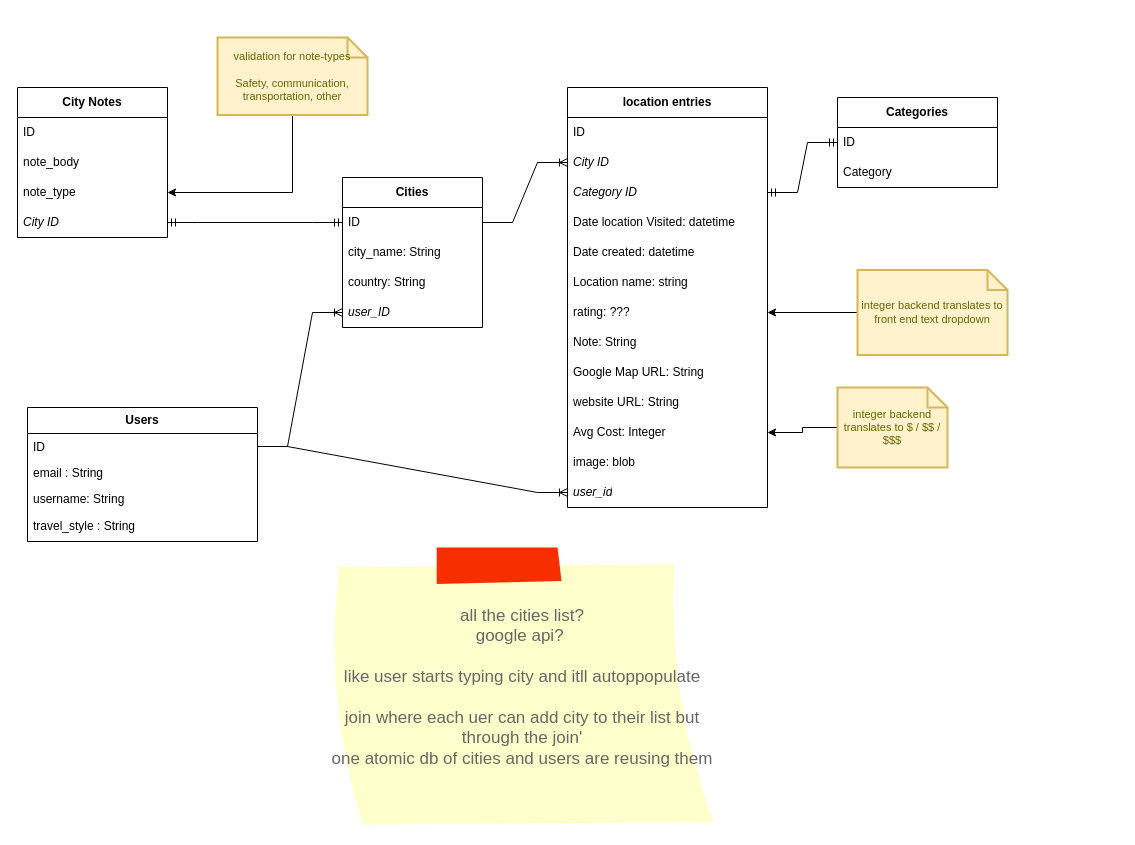
Earlier version of the draw.io diagram DJordan-capstone_travel-blog.drawio (jordandc20/Vicariously_DJordan-capstone). Source tidied: cells renumbered, new cells numbered last; positions are measured from the earlier drawing's top-left corner, leaving out a move shared by most shapes. Both pictures are drawn from the tidied source at 100%, with x=0, y=0 at pixel (17, 37).
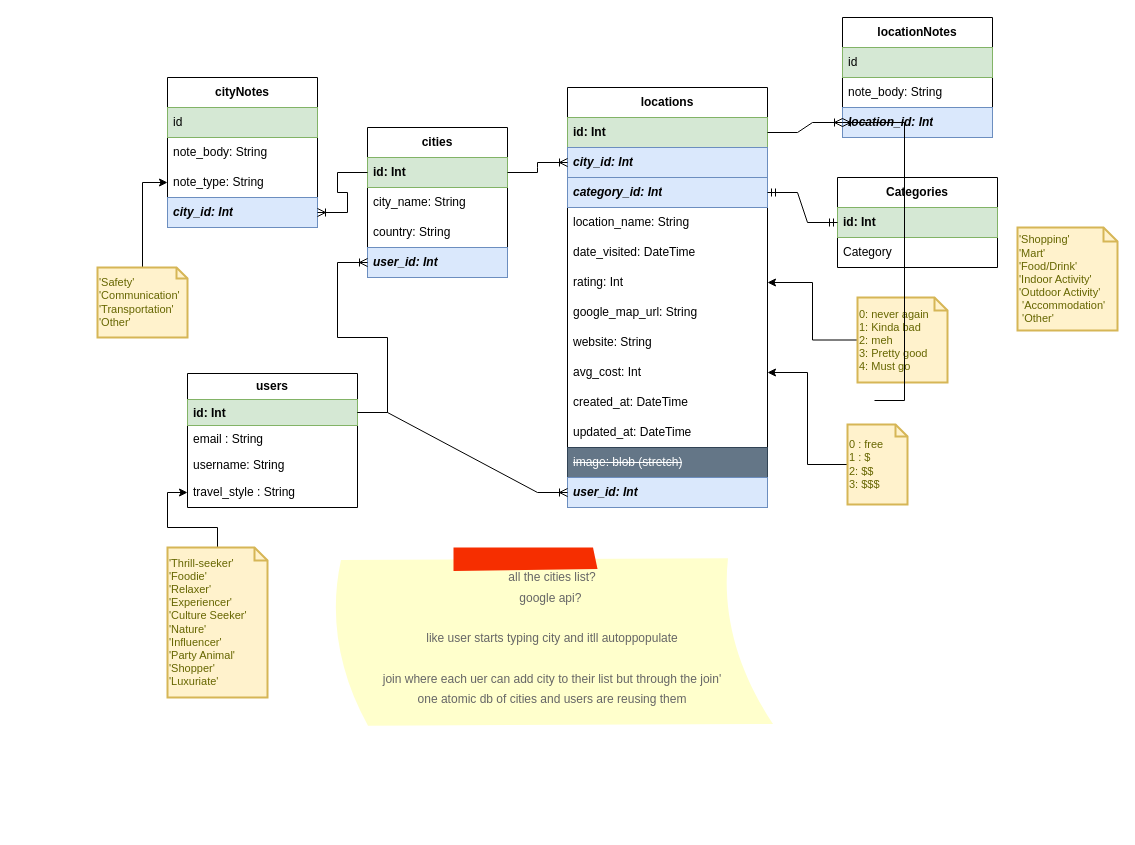
The same page after the edit.

Diff of the diagram source:
```diff
@@
-    <mxCell id="2" value="Cities" style="swimlane;fontStyle=1;horizontal=1;startSize=30;whiteSpace=wrap;html=1;" parent="1" vertex="1">
-      <mxGeometry x="325" y="140" width="140" height="150" as="geometry" />
+    <mxCell id="2" value="cities" style="swimlane;fontStyle=1;horizontal=1;startSize=30;whiteSpace=wrap;html=1;labelBackgroundColor=none;swimlaneFillColor=default;" parent="1" vertex="1">
+      <mxGeometry x="350" y="90" width="140" height="150" as="geometry" />
     </mxCell>
-    <mxCell id="3" value="ID" style="text;strokeColor=none;fillColor=none;align=left;verticalAlign=middle;spacingLeft=4;spacingRight=4;overflow=hidden;points=[[0,0.5],[1,0.5]];portConstraint=eastwest;whiteSpace=wrap;html=1;" parent="2" vertex="1">
+    <mxCell id="3" value="id: Int" style="text;strokeColor=#82b366;fillColor=#d5e8d4;align=left;verticalAlign=middle;spacingLeft=4;spacingRight=4;overflow=hidden;points=[[0,0.5],[1,0.5]];portConstraint=eastwest;whiteSpace=wrap;html=1;fontStyle=1;" parent="2" vertex="1">
       <mxGeometry y="30" width="140" height="30" as="geometry" />
     </mxCell>
@@
-    <mxCell id="6" value="user_ID" style="text;strokeColor=none;fillColor=none;align=left;verticalAlign=middle;spacingLeft=4;spacingRight=4;overflow=hidden;points=[[0,0.5],[1,0.5]];portConstraint=eastwest;whiteSpace=wrap;html=1;fontStyle=2;" parent="2" vertex="1">
+    <mxCell id="6" value="user_id: Int" style="text;strokeColor=#6c8ebf;fillColor=#dae8fc;align=left;verticalAlign=middle;spacingLeft=4;spacingRight=4;overflow=hidden;points=[[0,0.5],[1,0.5]];portConstraint=eastwest;whiteSpace=wrap;html=1;fontStyle=3;" parent="2" vertex="1">
       <mxGeometry y="120" width="140" height="30" as="geometry" />
     </mxCell>
-    <mxCell id="7" value="location entries" style="swimlane;fontStyle=1;horizontal=1;startSize=30;whiteSpace=wrap;html=1;" parent="1" vertex="1">
+    <mxCell id="7" value="locations" style="swimlane;fontStyle=1;horizontal=1;startSize=30;whiteSpace=wrap;html=1;labelBorderColor=none;swimlaneFillColor=default;" parent="1" vertex="1">
       <mxGeometry x="550" y="50" width="200" height="420" as="geometry" />
     </mxCell>
-    <mxCell id="8" value="ID" style="text;strokeColor=none;fillColor=none;align=left;verticalAlign=middle;spacingLeft=4;spacingRight=4;overflow=hidden;points=[[0,0.5],[1,0.5]];portConstraint=eastwest;whiteSpace=wrap;html=1;" parent="7" vertex="1">
+    <mxCell id="8" value="id: Int" style="text;strokeColor=#82b366;fillColor=#d5e8d4;align=left;verticalAlign=middle;spacingLeft=4;spacingRight=4;overflow=hidden;points=[[0,0.5],[1,0.5]];portConstraint=eastwest;whiteSpace=wrap;html=1;fontStyle=1;" parent="7" vertex="1">
       <mxGeometry y="30" width="200" height="30" as="geometry" />
     </mxCell>
-    <mxCell id="9" value="City ID" style="text;strokeColor=none;fillColor=none;align=left;verticalAlign=middle;spacingLeft=4;spacingRight=4;overflow=hidden;points=[[0,0.5],[1,0.5]];portConstraint=eastwest;whiteSpace=wrap;html=1;fontStyle=2;" parent="7" vertex="1">
+    <mxCell id="9" value="city_id: Int" style="text;strokeColor=#6c8ebf;fillColor=#dae8fc;align=left;verticalAlign=middle;spacingLeft=4;spacingRight=4;overflow=hidden;points=[[0,0.5],[1,0.5]];portConstraint=eastwest;whiteSpace=wrap;html=1;fontStyle=3;" parent="7" vertex="1">
       <mxGeometry y="60" width="200" height="30" as="geometry" />
     </mxCell>
-    <mxCell id="10" value="Category ID" style="text;strokeColor=none;fillColor=none;align=left;verticalAlign=middle;spacingLeft=4;spacingRight=4;overflow=hidden;points=[[0,0.5],[1,0.5]];portConstraint=eastwest;whiteSpace=wrap;html=1;fontStyle=2;" parent="7" vertex="1">
+    <mxCell id="10" value="category_id: Int" style="text;strokeColor=#6c8ebf;fillColor=#dae8fc;align=left;verticalAlign=middle;spacingLeft=4;spacingRight=4;overflow=hidden;points=[[0,0.5],[1,0.5]];portConstraint=eastwest;whiteSpace=wrap;html=1;fontStyle=3;" parent="7" vertex="1">
       <mxGeometry y="90" width="200" height="30" as="geometry" />
     </mxCell>
+    <mxCell id="13" value="location_name: String" style="text;strokeColor=none;fillColor=none;align=left;verticalAlign=middle;spacingLeft=4;spacingRight=4;overflow=hidden;whiteSpace=wrap;html=1;" parent="7" vertex="1">
+      <mxGeometry y="120" width="200" height="30" as="geometry" />
+    </mxCell>
-    <mxCell id="11" value="Date location Visited: datetime" style="text;strokeColor=none;fillColor=none;align=left;verticalAlign=middle;spacingLeft=4;spacingRight=4;overflow=hidden;whiteSpace=wrap;html=1;" parent="7" vertex="1">
-      <mxGeometry y="120" width="200" height="30" as="geometry" />
+    <mxCell id="11" value="date_visited: DateTime" style="text;strokeColor=none;fillColor=none;align=left;verticalAlign=middle;spacingLeft=4;spacingRight=4;overflow=hidden;whiteSpace=wrap;html=1;" parent="7" vertex="1">
+      <mxGeometry y="150" width="200" height="30" as="geometry" />
     </mxCell>
-    <mxCell id="12" value="Date created: datetime&amp;nbsp;" style="text;strokeColor=none;fillColor=none;align=left;verticalAlign=middle;spacingLeft=4;spacingRight=4;overflow=hidden;whiteSpace=wrap;html=1;" parent="7" vertex="1">
-      <mxGeometry y="150" width="200" height="30" as="geometry" />
-    </mxCell>
-    <mxCell id="13" value="Location name: string&amp;nbsp;" style="text;strokeColor=none;fillColor=none;align=left;verticalAlign=middle;spacingLeft=4;spacingRight=4;overflow=hidden;whiteSpace=wrap;html=1;" parent="7" vertex="1">
-      <mxGeometry y="180" width="200" height="30" as="geometry" />
-    </mxCell>
-    <mxCell id="14" value="rating: ???" style="text;strokeColor=none;fillColor=none;align=left;verticalAlign=middle;spacingLeft=4;spacingRight=4;overflow=hidden;points=[[0,0.5],[1,0.5]];portConstraint=eastwest;whiteSpace=wrap;html=1;" parent="7" vertex="1">
-      <mxGeometry y="210" width="200" height="30" as="geometry" />
+    <mxCell id="14" value="rating: Int" style="text;strokeColor=none;fillColor=none;align=left;verticalAlign=middle;spacingLeft=4;spacingRight=4;overflow=hidden;points=[[0,0.5],[1,0.5]];portConstraint=eastwest;whiteSpace=wrap;html=1;" parent="7" vertex="1">
+      <mxGeometry y="180" width="200" height="30" as="geometry" />
     </mxCell>
-    <mxCell id="15" value="Note: String" style="text;strokeColor=none;fillColor=none;align=left;verticalAlign=middle;spacingLeft=4;spacingRight=4;overflow=hidden;whiteSpace=wrap;html=1;" parent="7" vertex="1">
-      <mxGeometry y="240" width="200" height="30" as="geometry" />
-    </mxCell>
-    <mxCell id="16" value="Google Map URL: String" style="text;strokeColor=none;fillColor=none;align=left;verticalAlign=middle;spacingLeft=4;spacingRight=4;overflow=hidden;whiteSpace=wrap;html=1;" parent="7" vertex="1">
-      <mxGeometry y="270" width="200" height="30" as="geometry" />
+    <mxCell id="16" value="google_map_url: String" style="text;strokeColor=none;fillColor=none;align=left;verticalAlign=middle;spacingLeft=4;spacingRight=4;overflow=hidden;whiteSpace=wrap;html=1;" parent="7" vertex="1">
+      <mxGeometry y="210" width="200" height="30" as="geometry" />
     </mxCell>
-    <mxCell id="17" value="website URL: String" style="text;strokeColor=none;fillColor=none;align=left;verticalAlign=middle;spacingLeft=4;spacingRight=4;overflow=hidden;whiteSpace=wrap;html=1;" parent="7" vertex="1">
-      <mxGeometry y="300" width="200" height="30" as="geometry" />
+    <mxCell id="17" value="website: String" style="text;strokeColor=none;fillColor=none;align=left;verticalAlign=middle;spacingLeft=4;spacingRight=4;overflow=hidden;whiteSpace=wrap;html=1;" parent="7" vertex="1">
+      <mxGeometry y="240" width="200" height="30" as="geometry" />
     </mxCell>
-    <mxCell id="18" value="Avg Cost: Integer" style="text;strokeColor=none;fillColor=none;align=left;verticalAlign=middle;spacingLeft=4;spacingRight=4;overflow=hidden;points=[[0,0.5],[1,0.5]];portConstraint=eastwest;whiteSpace=wrap;html=1;" parent="7" vertex="1">
-      <mxGeometry y="330" width="200" height="30" as="geometry" />
+    <mxCell id="18" value="avg_cost: Int" style="text;strokeColor=none;fillColor=none;align=left;verticalAlign=middle;spacingLeft=4;spacingRight=4;overflow=hidden;points=[[0,0.5],[1,0.5]];portConstraint=eastwest;whiteSpace=wrap;html=1;" parent="7" vertex="1">
+      <mxGeometry y="270" width="200" height="30" as="geometry" />
     </mxCell>
+    <mxCell id="12" value="created_at: DateTime" style="text;strokeColor=none;fillColor=none;align=left;verticalAlign=middle;spacingLeft=4;spacingRight=4;overflow=hidden;whiteSpace=wrap;html=1;" parent="7" vertex="1">
+      <mxGeometry y="300" width="200" height="30" as="geometry" />
+    </mxCell>
+    <mxCell id="46" value="updated_at: DateTime" style="text;strokeColor=none;fillColor=none;align=left;verticalAlign=middle;spacingLeft=4;spacingRight=4;overflow=hidden;whiteSpace=wrap;html=1;" parent="7" vertex="1">
+      <mxGeometry y="330" width="200" height="30" as="geometry" />
+    </mxCell>
-    <mxCell id="19" value="image: blob" style="text;strokeColor=none;fillColor=none;align=left;verticalAlign=middle;spacingLeft=4;spacingRight=4;overflow=hidden;whiteSpace=wrap;html=1;" parent="7" vertex="1">
+    <mxCell id="19" value="&lt;strike&gt;image: blob (stretch)&lt;/strike&gt;" style="text;strokeColor=#314354;fillColor=#647687;align=left;verticalAlign=middle;spacingLeft=4;spacingRight=4;overflow=hidden;whiteSpace=wrap;html=1;fontColor=#ffffff;" parent="7" vertex="1">
       <mxGeometry y="360" width="200" height="30" as="geometry" />
     </mxCell>
-    <mxCell id="20" value="user_id" style="text;strokeColor=none;fillColor=none;align=left;verticalAlign=middle;spacingLeft=4;spacingRight=4;overflow=hidden;points=[[0,0.5],[1,0.5]];portConstraint=eastwest;whiteSpace=wrap;html=1;fontStyle=2;" parent="7" vertex="1">
+    <mxCell id="20" value="user_id: Int" style="text;strokeColor=#6c8ebf;fillColor=#dae8fc;align=left;verticalAlign=middle;spacingLeft=4;spacingRight=4;overflow=hidden;points=[[0,0.5],[1,0.5]];portConstraint=eastwest;whiteSpace=wrap;html=1;fontStyle=3;" parent="7" vertex="1">
       <mxGeometry y="390" width="200" height="30" as="geometry" />
     </mxCell>
-    <mxCell id="21" value="&lt;b&gt;Categories&lt;/b&gt;" style="swimlane;fontStyle=0;horizontal=1;startSize=30;whiteSpace=wrap;html=1;" parent="1" vertex="1">
-      <mxGeometry x="820" y="60" width="160" height="90" as="geometry" />
+    <mxCell id="21" value="&lt;b&gt;Categories&lt;/b&gt;" style="swimlane;fontStyle=0;horizontal=1;startSize=30;whiteSpace=wrap;html=1;swimlaneFillColor=default;" parent="1" vertex="1">
+      <mxGeometry x="820" y="140" width="160" height="90" as="geometry" />
     </mxCell>
-    <mxCell id="22" value="ID" style="text;strokeColor=none;fillColor=none;align=left;verticalAlign=middle;spacingLeft=4;spacingRight=4;overflow=hidden;points=[[0,0.5],[1,0.5]];portConstraint=eastwest;whiteSpace=wrap;html=1;fontStyle=0;" parent="21" vertex="1">
+    <mxCell id="22" value="id: Int" style="text;strokeColor=#82b366;fillColor=#d5e8d4;align=left;verticalAlign=middle;spacingLeft=4;spacingRight=4;overflow=hidden;points=[[0,0.5],[1,0.5]];portConstraint=eastwest;whiteSpace=wrap;html=1;fontStyle=1;" parent="21" vertex="1">
       <mxGeometry y="30" width="160" height="30" as="geometry" />
     </mxCell>
@@
-    <mxCell id="24" value="Users" style="swimlane;fontStyle=1;horizontal=1;startSize=26;fillColor=none;whiteSpace=wrap;html=1;" parent="1" vertex="1">
-      <mxGeometry x="10" y="370" width="230" height="134" as="geometry" />
+    <mxCell id="24" value="&lt;span style=&quot;background-color: rgb(255, 255, 255);&quot;&gt;users&lt;/span&gt;" style="swimlane;fontStyle=1;horizontal=1;startSize=26;fillColor=default;whiteSpace=wrap;html=1;swimlaneFillColor=default;" parent="1" vertex="1">
+      <mxGeometry x="170" y="336" width="170" height="134" as="geometry" />
     </mxCell>
-    <mxCell id="25" value="ID" style="text;strokeColor=none;fillColor=none;align=left;verticalAlign=top;spacingLeft=4;spacingRight=4;overflow=hidden;points=[[0,0.5],[1,0.5]];portConstraint=eastwest;whiteSpace=wrap;html=1;" parent="24" vertex="1">
-      <mxGeometry y="26" width="230" height="26" as="geometry" />
+    <mxCell id="25" value="&lt;span&gt;id&lt;/span&gt;: Int" style="text;strokeColor=#82b366;fillColor=#d5e8d4;align=left;verticalAlign=top;spacingLeft=4;spacingRight=4;overflow=hidden;points=[[0,0.5],[1,0.5]];portConstraint=eastwest;whiteSpace=wrap;html=1;fontStyle=1;" parent="24" vertex="1">
+      <mxGeometry y="26" width="170" height="26" as="geometry" />
     </mxCell>
     <mxCell id="26" value="email : String" style="text;strokeColor=none;fillColor=none;align=left;verticalAlign=top;spacingLeft=4;spacingRight=4;overflow=hidden;whiteSpace=wrap;html=1;" parent="24" vertex="1">
-      <mxGeometry y="52" width="230" height="26" as="geometry" />
+      <mxGeometry y="52" width="170" height="26" as="geometry" />
     </mxCell>
     <mxCell id="27" value="username: String" style="text;strokeColor=none;fillColor=none;align=left;verticalAlign=top;spacingLeft=4;spacingRight=4;overflow=hidden;whiteSpace=wrap;html=1;" parent="24" vertex="1">
-      <mxGeometry y="78" width="230" height="26" as="geometry" />
+      <mxGeometry y="78" width="170" height="26" as="geometry" />
     </mxCell>
     <mxCell id="28" value="travel_style : String" style="text;strokeColor=none;fillColor=none;align=left;verticalAlign=middle;spacingLeft=4;spacingRight=4;overflow=hidden;points=[[0,0.5],[1,0.5]];portConstraint=eastwest;whiteSpace=wrap;html=1;" parent="24" vertex="1">
-      <mxGeometry y="104" width="230" height="30" as="geometry" />
+      <mxGeometry y="104" width="170" height="30" as="geometry" />
     </mxCell>
@@
-    <mxCell id="30" value="City Notes" style="swimlane;fontStyle=1;horizontal=1;startSize=30;whiteSpace=wrap;html=1;" parent="1" vertex="1">
-      <mxGeometry y="50" width="150" height="150" as="geometry" />
+    <mxCell id="30" value="cityNotes" style="swimlane;fontStyle=1;horizontal=1;startSize=30;whiteSpace=wrap;html=1;swimlaneFillColor=default;" parent="1" vertex="1">
+      <mxGeometry x="150" y="40" width="150" height="150" as="geometry" />
     </mxCell>
-    <mxCell id="31" value="ID" style="text;strokeColor=none;fillColor=none;align=left;verticalAlign=middle;spacingLeft=4;spacingRight=4;overflow=hidden;whiteSpace=wrap;html=1;" parent="30" vertex="1">
+    <mxCell id="31" value="id" style="text;strokeColor=#82b366;fillColor=#d5e8d4;align=left;verticalAlign=middle;spacingLeft=4;spacingRight=4;overflow=hidden;whiteSpace=wrap;html=1;" parent="30" vertex="1">
       <mxGeometry y="30" width="150" height="30" as="geometry" />
     </mxCell>
-    <mxCell id="32" value="&lt;span style=&quot;font-style: normal;&quot;&gt;note_body&lt;/span&gt;" style="text;strokeColor=none;fillColor=none;align=left;verticalAlign=middle;spacingLeft=4;spacingRight=4;overflow=hidden;whiteSpace=wrap;html=1;fontStyle=2;" parent="30" vertex="1">
+    <mxCell id="32" value="&lt;span style=&quot;font-style: normal;&quot;&gt;note_body: String&lt;/span&gt;" style="text;strokeColor=none;fillColor=none;align=left;verticalAlign=middle;spacingLeft=4;spacingRight=4;overflow=hidden;whiteSpace=wrap;html=1;fontStyle=2;" parent="30" vertex="1">
       <mxGeometry y="60" width="150" height="30" as="geometry" />
     </mxCell>
-    <mxCell id="33" value="&lt;span style=&quot;font-style: normal;&quot;&gt;note_type&lt;/span&gt;" style="text;strokeColor=none;fillColor=none;align=left;verticalAlign=middle;spacingLeft=4;spacingRight=4;overflow=hidden;points=[[0,0.5],[1,0.5]];portConstraint=eastwest;whiteSpace=wrap;html=1;fontStyle=2;" parent="30" vertex="1">
+    <mxCell id="33" value="&lt;span style=&quot;&quot;&gt;note_type&lt;/span&gt;: String" style="text;strokeColor=none;fillColor=none;align=left;verticalAlign=middle;spacingLeft=4;spacingRight=4;overflow=hidden;points=[[0,0.5],[1,0.5]];portConstraint=eastwest;whiteSpace=wrap;html=1;fontStyle=0;" parent="30" vertex="1">
       <mxGeometry y="90" width="150" height="30" as="geometry" />
     </mxCell>
-    <mxCell id="34" value="City ID" style="text;strokeColor=none;fillColor=none;align=left;verticalAlign=middle;spacingLeft=4;spacingRight=4;overflow=hidden;points=[[0,0.5],[1,0.5]];portConstraint=eastwest;whiteSpace=wrap;html=1;fontStyle=2;" parent="30" vertex="1">
+    <mxCell id="34" value="city_id: Int" style="text;strokeColor=#6c8ebf;fillColor=#dae8fc;align=left;verticalAlign=middle;spacingLeft=4;spacingRight=4;overflow=hidden;points=[[0,0.5],[1,0.5]];portConstraint=eastwest;whiteSpace=wrap;html=1;fontStyle=3;" parent="30" vertex="1">
       <mxGeometry y="120" width="150" height="30" as="geometry" />
     </mxCell>
-    <mxCell id="35" style="edgeStyle=entityRelationEdgeStyle;fontSize=12;html=1;endArrow=ERmandOne;startArrow=ERmandOne;rounded=0;" parent="1" edge="1" source="3" target="34">
-      <mxGeometry relative="1" as="geometry" />
-    </mxCell>
@@
-    <mxCell id="38" value="integer backend translates to $ / $$ / $$$" style="shape=note;strokeWidth=2;fontSize=11;size=20;whiteSpace=wrap;html=1;fillColor=#fff2cc;strokeColor=#d6b656;fontColor=#666600;" parent="1" vertex="1">
-      <mxGeometry x="820" y="350" width="110" height="80" as="geometry" />
+    <mxCell id="38" value="0 : free&lt;br&gt;1 : $&lt;br&gt;2: $$&lt;br&gt;3: $$$" style="shape=note;strokeWidth=2;fontSize=11;size=12;whiteSpace=wrap;html=1;fillColor=#fff2cc;strokeColor=#d6b656;fontColor=#666600;align=left;" parent="1" vertex="1">
+      <mxGeometry x="830" y="387" width="60" height="80" as="geometry" />
     </mxCell>
@@
-    <mxCell id="40" value="integer backend translates to front end text dropdown" style="shape=note;strokeWidth=2;fontSize=11;size=20;whiteSpace=wrap;html=1;fillColor=#fff2cc;strokeColor=#d6b656;fontColor=#666600;" parent="1" vertex="1">
-      <mxGeometry x="840" y="232.5" width="150" height="85" as="geometry" />
+    <mxCell id="40" value="0: never again&lt;br&gt;1: Kinda bad&lt;br&gt;2: meh&lt;br&gt;3: Pretty good&lt;br&gt;4: Must go" style="shape=note;strokeWidth=2;fontSize=11;size=13;whiteSpace=wrap;html=1;fillColor=#fff2cc;strokeColor=#d6b656;fontColor=#666600;align=left;" parent="1" vertex="1">
+      <mxGeometry x="840" y="260" width="90" height="85" as="geometry" />
     </mxCell>
@@
-    <mxCell id="42" value="all the cities list?&lt;br&gt;google api?&amp;nbsp;&lt;br&gt;&lt;br&gt;like user starts typing city and itll autoppopulate&lt;br&gt;&lt;br&gt;join where each uer can add city to their list but through the join'&lt;br&gt;one atomic db of cities and users are reusing them" style="strokeWidth=1;shadow=0;dashed=0;align=center;html=1;shape=mxgraph.mockup.text.stickyNote2;fontColor=#666666;mainText=;fontSize=17;whiteSpace=wrap;fillColor=#ffffcc;strokeColor=#F62E00;" parent="1" vertex="1">
-      <mxGeometry x="310" y="510" width="390" height="280" as="geometry" />
+    <mxCell id="42" value="&lt;font style=&quot;font-size: 12px;&quot;&gt;all the cities list?&lt;br&gt;google api?&amp;nbsp;&lt;br&gt;&lt;br&gt;like user starts typing city and itll autoppopulate&lt;br&gt;&lt;br&gt;join where each uer can add city to their list but through the join'&lt;br&gt;one atomic db of cities and users are reusing them&lt;/font&gt;" style="strokeWidth=1;shadow=0;dashed=0;align=center;html=1;shape=mxgraph.mockup.text.stickyNote2;fontColor=#666666;mainText=;fontSize=17;whiteSpace=wrap;fillColor=#ffffcc;strokeColor=#F62E00;" parent="1" vertex="1">
+      <mxGeometry x="310" y="510" width="450" height="180" as="geometry" />
     </mxCell>
@@
-    <mxCell id="44" style="edgeStyle=orthogonalEdgeStyle;rounded=0;jettySize=auto;html=1;entryX=1;entryY=0.5;entryDx=0;entryDy=0;" parent="1" edge="1" source="45" target="33">
+    <mxCell id="44" style="edgeStyle=orthogonalEdgeStyle;rounded=0;jettySize=auto;html=1;" parent="1" edge="1" source="45" target="33">
       <mxGeometry relative="1" as="geometry" />
     </mxCell>
-    <mxCell id="45" value="validation for note-types&lt;br&gt;&lt;br&gt;Safety, communication, transportation, other" style="shape=note;strokeWidth=2;fontSize=11;size=20;whiteSpace=wrap;html=1;fillColor=#fff2cc;strokeColor=#d6b656;fontColor=#666600;" parent="1" vertex="1">
-      <mxGeometry x="200" width="150" height="77.5" as="geometry" />
+    <mxCell id="45" value="'Safety'&lt;br&gt;'Communication'&lt;br&gt;'Transportation'&lt;br&gt;&lt;div style=&quot;&quot;&gt;&lt;span style=&quot;background-color: initial;&quot;&gt;'Other'&lt;/span&gt;&lt;/div&gt;" style="shape=note;strokeWidth=2;fontSize=11;size=11;whiteSpace=wrap;html=1;fillColor=#fff2cc;strokeColor=#d6b656;fontColor=#666600;align=left;" parent="1" vertex="1">
+      <mxGeometry x="80" y="230" width="90" height="70" as="geometry" />
     </mxCell>
+    <mxCell id="35" style="edgeStyle=entityRelationEdgeStyle;fontSize=12;html=1;endArrow=ERoneToMany;rounded=0;" parent="1" edge="1" source="3" target="34">
+      <mxGeometry relative="1" as="geometry" />
+    </mxCell>
+    <mxCell id="47" value="locationNotes" style="swimlane;fontStyle=1;horizontal=1;startSize=30;whiteSpace=wrap;html=1;swimlaneFillColor=default;" parent="1" vertex="1">
+      <mxGeometry x="825" y="-20" width="150" height="120" as="geometry" />
+    </mxCell>
+    <mxCell id="48" value="id" style="text;strokeColor=#82b366;fillColor=#d5e8d4;align=left;verticalAlign=middle;spacingLeft=4;spacingRight=4;overflow=hidden;whiteSpace=wrap;html=1;" parent="47" vertex="1">
+      <mxGeometry y="30" width="150" height="30" as="geometry" />
+    </mxCell>
+    <mxCell id="49" value="&lt;span style=&quot;font-style: normal;&quot;&gt;note_body: String&lt;/span&gt;" style="text;strokeColor=none;fillColor=none;align=left;verticalAlign=middle;spacingLeft=4;spacingRight=4;overflow=hidden;whiteSpace=wrap;html=1;fontStyle=2;" parent="47" vertex="1">
+      <mxGeometry y="60" width="150" height="30" as="geometry" />
+    </mxCell>
+    <mxCell id="50" value="location_id: Int" style="text;strokeColor=#6c8ebf;fillColor=#dae8fc;align=left;verticalAlign=middle;spacingLeft=4;spacingRight=4;overflow=hidden;points=[[0,0.5],[1,0.5]];portConstraint=eastwest;whiteSpace=wrap;html=1;fontStyle=3;" parent="47" vertex="1">
+      <mxGeometry y="90" width="150" height="30" as="geometry" />
+    </mxCell>
+    <mxCell id="51" style="edgeStyle=entityRelationEdgeStyle;fontSize=12;html=1;endArrow=ERoneToMany;rounded=0;entryX=0;entryY=0.5;entryDx=0;entryDy=0;" parent="1" edge="1" target="50">
+      <mxGeometry relative="1" as="geometry">
+        <mxPoint x="857" y="363" as="sourcePoint" />
+      </mxGeometry>
+    </mxCell>
+    <mxCell id="52" style="edgeStyle=entityRelationEdgeStyle;fontSize=12;html=1;endArrow=ERoneToMany;rounded=0;" parent="1" edge="1" source="8" target="50">
+      <mxGeometry relative="1" as="geometry" />
+    </mxCell>
+    <mxCell id="53" style="edgeStyle=orthogonalEdgeStyle;rounded=0;jettySize=auto;html=1;" parent="1" edge="1" source="54" target="28">
+      <mxGeometry relative="1" as="geometry" />
+    </mxCell>
+    <mxCell id="54" value="&lt;div&gt;'Thrill-seeker'&lt;/div&gt;&lt;div&gt;'Foodie'&lt;/div&gt;&lt;div&gt;'Relaxer'&lt;/div&gt;&lt;div&gt;'Experiencer'&lt;/div&gt;&lt;div&gt;'Culture Seeker'&lt;/div&gt;&lt;div&gt;'Nature'&lt;/div&gt;&lt;div&gt;'Influencer'&lt;/div&gt;&lt;div&gt;'Party Animal'&lt;/div&gt;&lt;div&gt;'Shopper'&lt;/div&gt;&lt;div&gt;'Luxuriate'&lt;/div&gt;" style="shape=note;strokeWidth=2;fontSize=11;size=13;whiteSpace=wrap;html=1;fillColor=#fff2cc;strokeColor=#d6b656;fontColor=#666600;align=left;" parent="1" vertex="1">
+      <mxGeometry x="150" y="510" width="100" height="150" as="geometry" />
+    </mxCell>
+    <mxCell id="55" value="'Shopping'&lt;br&gt;'Mart'&lt;br&gt;'Food/Drink'&lt;br&gt;'Indoor Activity'&lt;br&gt;'Outdoor Activity'&lt;br&gt;&amp;nbsp;'Accommodation'&lt;br&gt;&amp;nbsp;'Other'" style="shape=note;strokeWidth=2;fontSize=11;size=14;whiteSpace=wrap;html=1;fillColor=#fff2cc;strokeColor=#d6b656;fontColor=#666600;align=left;" parent="1" vertex="1">
+      <mxGeometry x="1000" y="190" width="100" height="103" as="geometry" />
+    </mxCell>
```
